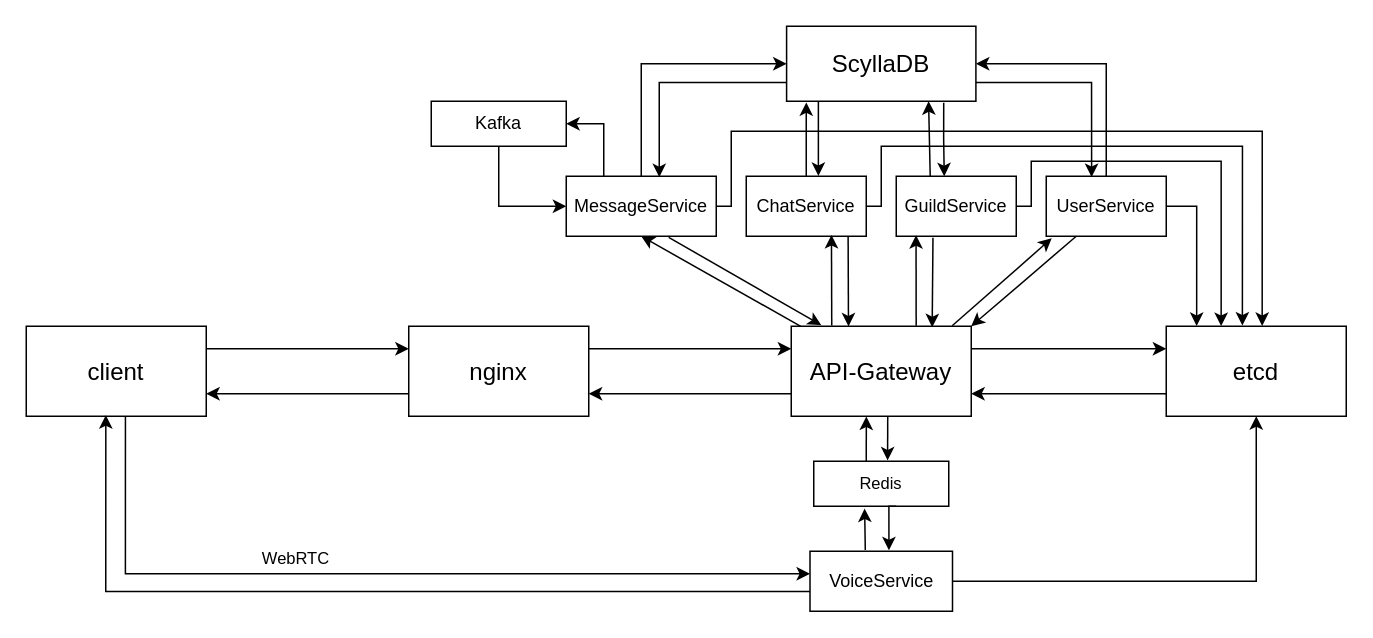
Above: project_scheme.drawio in reddiridabl666/TP2023-Highload (draw.io), before the change. Source tidied: cells renumbered, new cells numbered last; positions are measured from the earlier drawing's top-left corner, leaving out a move shared by most shapes. Both pictures are drawn from the tidied source at 150%, with x=0, y=0 at pixel (26, 26).
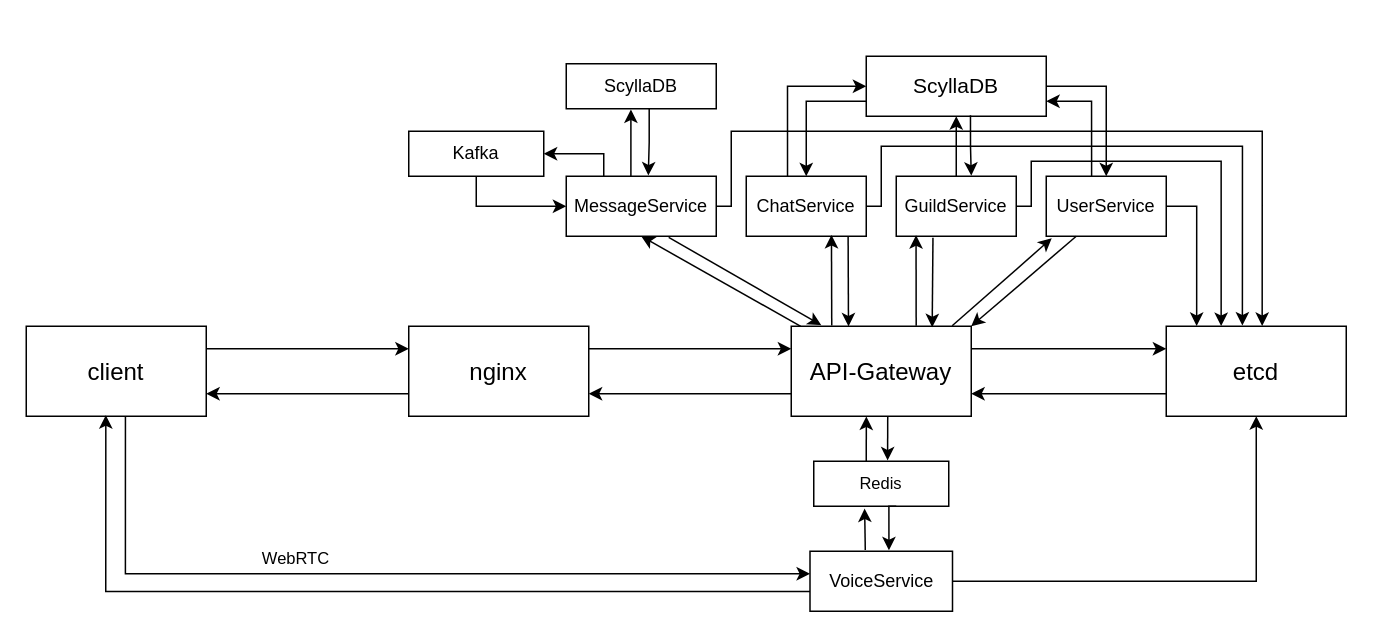
Above is the later version.

Commit message:
Divided ScyllaDB into two instances

The change refers to these unchanged cells:
```xml
<mxCell id="13" value="&lt;font style=&quot;font-size: 12px;&quot;&gt;UserService&lt;/font&gt;" style="rounded=0;whiteSpace=wrap;html=1;fontSize=12;" parent="1" vertex="1">
  <mxGeometry x="680" y="100" width="80" height="40" as="geometry" />
</mxCell>
<mxCell id="16" value="&lt;font style=&quot;font-size: 12px;&quot;&gt;MessageService&lt;/font&gt;" style="rounded=0;whiteSpace=wrap;html=1;fontSize=12;" parent="1" vertex="1">
  <mxGeometry x="360" y="100" width="100" height="40" as="geometry" />
</mxCell>
<mxCell id="18" value="&lt;font style=&quot;font-size: 12px;&quot;&gt;ChatService&lt;/font&gt;" style="rounded=0;whiteSpace=wrap;html=1;fontSize=12;" parent="1" vertex="1">
  <mxGeometry x="480" y="100" width="80" height="40" as="geometry" />
</mxCell>
<mxCell id="19" value="&lt;font style=&quot;font-size: 12px;&quot;&gt;GuildService&lt;/font&gt;" style="rounded=0;whiteSpace=wrap;html=1;fontSize=12;" parent="1" vertex="1">
  <mxGeometry x="580" y="100" width="80" height="40" as="geometry" />
</mxCell>
```

Change to the diagram source:
```diff
@@
-    <mxCell id="14" style="edgeStyle=orthogonalEdgeStyle;shape=connector;rounded=0;jettySize=auto;html=1;exitX=0.5;exitY=0;exitDx=0;exitDy=0;entryX=0;entryY=0.5;entryDx=0;entryDy=0;labelBackgroundColor=default;strokeColor=default;align=center;verticalAlign=middle;fontFamily=Helvetica;fontSize=11;fontColor=default;endArrow=classic;" parent="1" edge="1" source="16" target="24">
-      <mxGeometry relative="1" as="geometry" />
-    </mxCell>
     <mxCell id="15" style="edgeStyle=orthogonalEdgeStyle;shape=connector;rounded=0;jettySize=auto;html=1;exitX=0.25;exitY=0;exitDx=0;exitDy=0;entryX=1;entryY=0.5;entryDx=0;entryDy=0;labelBackgroundColor=default;strokeColor=default;align=center;verticalAlign=middle;fontFamily=Helvetica;fontSize=11;fontColor=default;endArrow=classic;" parent="1" edge="1" source="16" target="44">
-      <mxGeometry relative="1" as="geometry" />
+      <mxGeometry relative="1" as="geometry">
+        <Array as="points">
+          <mxPoint x="385" y="85" />
+        </Array>
+      </mxGeometry>
     </mxCell>
@@
+    <mxCell id="36" style="edgeStyle=orthogonalEdgeStyle;rounded=0;jettySize=auto;html=1;exitX=0.5;exitY=0;exitDx=0;exitDy=0;entryX=0.5;entryY=1;entryDx=0;entryDy=0;" parent="1" edge="1" source="19" target="24">
+      <mxGeometry relative="1" as="geometry" />
+    </mxCell>
@@
-    <mxCell id="24" value="&lt;font style=&quot;font-size: 16px;&quot;&gt;ScyllaDB&lt;/font&gt;" style="rounded=0;whiteSpace=wrap;html=1;fontFamily=Helvetica;fontSize=11;fontColor=default;" parent="1" vertex="1">
-      <mxGeometry x="506.9" width="126.2" height="50" as="geometry" />
+    <mxCell id="24" value="&lt;font style=&quot;font-size: 14px;&quot;&gt;ScyllaDB&lt;/font&gt;" style="rounded=0;whiteSpace=wrap;html=1;fontFamily=Helvetica;fontSize=11;fontColor=default;" parent="1" vertex="1">
+      <mxGeometry x="560" y="20" width="120" height="40" as="geometry" />
     </mxCell>
@@
-    <mxCell id="36" style="endArrow=classic;html=1;rounded=0;labelBackgroundColor=default;strokeColor=default;align=center;verticalAlign=middle;fontFamily=Helvetica;fontSize=11;fontColor=default;shape=connector;entryX=0.75;entryY=1;entryDx=0;entryDy=0;exitX=0.283;exitY=-0.003;exitDx=0;exitDy=0;exitPerimeter=0;" parent="1" edge="1" source="19" target="24">
-      <mxGeometry relative="1" as="geometry" />
-    </mxCell>
-    <mxCell id="37" style="edgeStyle=orthogonalEdgeStyle;shape=connector;rounded=0;jettySize=auto;html=1;exitX=0.5;exitY=0;exitDx=0;exitDy=0;entryX=0.104;entryY=1.015;entryDx=0;entryDy=0;entryPerimeter=0;labelBackgroundColor=default;strokeColor=default;align=center;verticalAlign=middle;fontFamily=Helvetica;fontSize=11;fontColor=default;endArrow=classic;" parent="1" edge="1" source="18" target="24">
-      <mxGeometry relative="1" as="geometry" />
-    </mxCell>
-    <mxCell id="38" style="edgeStyle=orthogonalEdgeStyle;shape=connector;rounded=0;jettySize=auto;html=1;exitX=0.168;exitY=1.007;exitDx=0;exitDy=0;labelBackgroundColor=default;strokeColor=default;align=center;verticalAlign=middle;fontFamily=Helvetica;fontSize=11;fontColor=default;endArrow=classic;exitPerimeter=0;entryX=0.601;entryY=-0.006;entryDx=0;entryDy=0;entryPerimeter=0;" parent="1" edge="1" source="24" target="18">
-      <mxGeometry relative="1" as="geometry" />
-    </mxCell>
-    <mxCell id="39" style="edgeStyle=orthogonalEdgeStyle;shape=connector;rounded=0;jettySize=auto;html=1;exitX=0.83;exitY=1.019;exitDx=0;exitDy=0;labelBackgroundColor=default;strokeColor=default;align=center;verticalAlign=middle;fontFamily=Helvetica;fontSize=11;fontColor=default;endArrow=classic;exitPerimeter=0;" parent="1" edge="1" source="24">
-      <mxGeometry relative="1" as="geometry">
-        <mxPoint x="612" y="100" as="targetPoint" />
-      </mxGeometry>
-    </mxCell>
-    <mxCell id="40" style="edgeStyle=orthogonalEdgeStyle;shape=connector;rounded=0;jettySize=auto;html=1;exitX=0;exitY=0.75;exitDx=0;exitDy=0;labelBackgroundColor=default;strokeColor=default;align=center;verticalAlign=middle;fontFamily=Helvetica;fontSize=11;fontColor=default;endArrow=classic;entryX=0.62;entryY=0.015;entryDx=0;entryDy=0;entryPerimeter=0;" parent="1" edge="1" source="24" target="16">
-      <mxGeometry relative="1" as="geometry" />
-    </mxCell>
-    <mxCell id="41" style="edgeStyle=orthogonalEdgeStyle;shape=connector;rounded=0;jettySize=auto;html=1;exitX=0.5;exitY=0;exitDx=0;exitDy=0;entryX=1;entryY=0.5;entryDx=0;entryDy=0;labelBackgroundColor=default;strokeColor=default;align=center;verticalAlign=middle;fontFamily=Helvetica;fontSize=11;fontColor=default;endArrow=classic;" parent="1" edge="1" source="13" target="24">
+    <mxCell id="41" style="edgeStyle=orthogonalEdgeStyle;shape=connector;rounded=0;jettySize=auto;html=1;exitX=1;exitY=0.5;exitDx=0;exitDy=0;entryX=0.5;entryY=0;entryDx=0;entryDy=0;labelBackgroundColor=default;strokeColor=default;align=center;verticalAlign=middle;fontFamily=Helvetica;fontSize=11;fontColor=default;endArrow=classic;" parent="1" edge="1" source="24" target="13">
       <mxGeometry relative="1" as="geometry" />
     </mxCell>
-    <mxCell id="42" style="edgeStyle=orthogonalEdgeStyle;shape=connector;rounded=0;jettySize=auto;html=1;exitX=1;exitY=0.75;exitDx=0;exitDy=0;labelBackgroundColor=default;strokeColor=default;align=center;verticalAlign=middle;fontFamily=Helvetica;fontSize=11;fontColor=default;endArrow=classic;entryX=0.378;entryY=0.013;entryDx=0;entryDy=0;entryPerimeter=0;" parent="1" edge="1" source="24" target="13">
+    <mxCell id="42" style="edgeStyle=orthogonalEdgeStyle;shape=connector;rounded=0;jettySize=auto;html=1;exitX=0.378;exitY=0.013;exitDx=0;exitDy=0;labelBackgroundColor=default;strokeColor=default;align=center;verticalAlign=middle;fontFamily=Helvetica;fontSize=11;fontColor=default;endArrow=classic;entryX=1;entryY=0.75;entryDx=0;entryDy=0;exitPerimeter=0;" parent="1" edge="1" source="13" target="24">
       <mxGeometry relative="1" as="geometry" />
     </mxCell>
@@
     <mxCell id="44" value="&lt;font style=&quot;font-size: 12px;&quot;&gt;Kafka&lt;/font&gt;" style="rounded=0;whiteSpace=wrap;html=1;fontFamily=Helvetica;fontSize=11;fontColor=default;" parent="1" vertex="1">
-      <mxGeometry x="270" y="50" width="90" height="30" as="geometry" />
+      <mxGeometry x="255" y="70" width="90" height="30" as="geometry" />
     </mxCell>
@@
+    <mxCell id="50" style="edgeStyle=orthogonalEdgeStyle;rounded=0;jettySize=auto;html=1;exitX=0.579;exitY=0.984;exitDx=0;exitDy=0;entryX=0.625;entryY=-0.01;entryDx=0;entryDy=0;exitPerimeter=0;entryPerimeter=0;" parent="1" edge="1" source="24" target="19">
+      <mxGeometry relative="1" as="geometry" />
+    </mxCell>
+    <mxCell id="38" style="edgeStyle=orthogonalEdgeStyle;shape=connector;rounded=0;jettySize=auto;html=1;exitX=0;exitY=0.75;exitDx=0;exitDy=0;entryX=0.5;entryY=0;entryDx=0;entryDy=0;labelBackgroundColor=default;strokeColor=default;align=center;verticalAlign=middle;fontFamily=Helvetica;fontSize=11;fontColor=default;endArrow=classic;" parent="1" edge="1" source="24" target="18">
+      <mxGeometry relative="1" as="geometry" />
+    </mxCell>
+    <mxCell id="37" style="edgeStyle=orthogonalEdgeStyle;shape=connector;rounded=0;jettySize=auto;html=1;exitX=0.344;exitY=-0.006;exitDx=0;exitDy=0;labelBackgroundColor=default;strokeColor=default;align=center;verticalAlign=middle;fontFamily=Helvetica;fontSize=11;fontColor=default;endArrow=classic;entryX=0;entryY=0.5;entryDx=0;entryDy=0;exitPerimeter=0;" parent="1" edge="1" source="18" target="24">
+      <mxGeometry relative="1" as="geometry" />
+    </mxCell>
+    <mxCell id="51" value="&lt;font style=&quot;font-size: 12px;&quot;&gt;ScyllaDB&lt;/font&gt;" style="rounded=0;whiteSpace=wrap;html=1;fontFamily=Helvetica;fontSize=11;fontColor=default;" parent="1" vertex="1">
+      <mxGeometry x="360" y="25" width="100" height="30" as="geometry" />
+    </mxCell>
+    <mxCell id="52" style="edgeStyle=orthogonalEdgeStyle;shape=connector;rounded=0;jettySize=auto;html=1;exitX=0.431;exitY=-0.006;exitDx=0;exitDy=0;labelBackgroundColor=default;strokeColor=default;align=center;verticalAlign=middle;fontFamily=Helvetica;fontSize=11;fontColor=default;endArrow=classic;entryX=0.431;entryY=1.015;entryDx=0;entryDy=0;exitPerimeter=0;entryPerimeter=0;" parent="1" edge="1" source="16" target="51">
+      <mxGeometry relative="1" as="geometry" />
+    </mxCell>
+    <mxCell id="53" style="edgeStyle=orthogonalEdgeStyle;shape=connector;rounded=0;jettySize=auto;html=1;exitX=0.553;exitY=0.983;exitDx=0;exitDy=0;entryX=0.547;entryY=-0.013;entryDx=0;entryDy=0;labelBackgroundColor=default;strokeColor=default;align=center;verticalAlign=middle;fontFamily=Helvetica;fontSize=11;fontColor=default;endArrow=classic;exitPerimeter=0;entryPerimeter=0;" parent="1" edge="1" source="51" target="16">
+      <mxGeometry relative="1" as="geometry" />
+    </mxCell>
```
